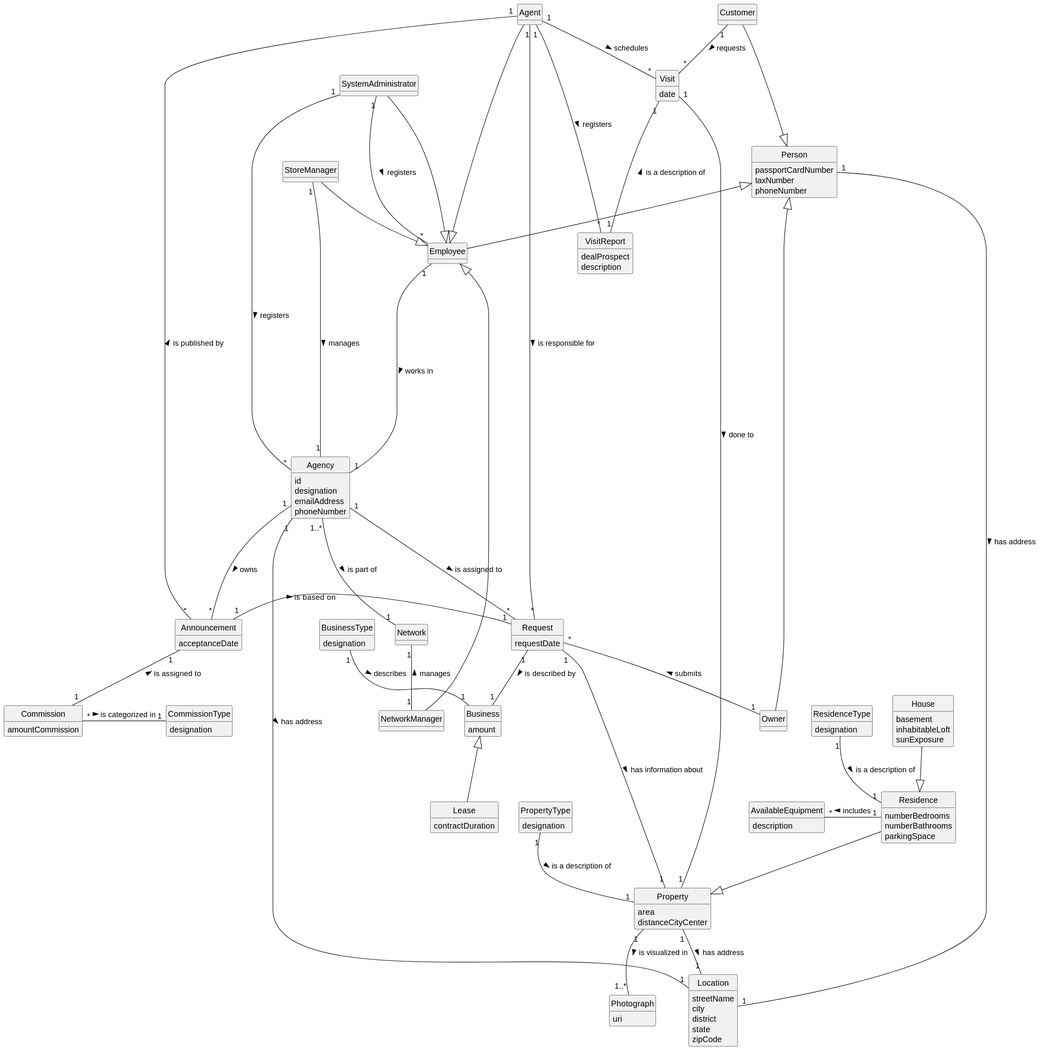
Earlier version of the PlantUML export docs/sprintB/global-artifacts/02.analysis/svg/project-domain-model.svg (rita-barbosa/LAPR2-2223).
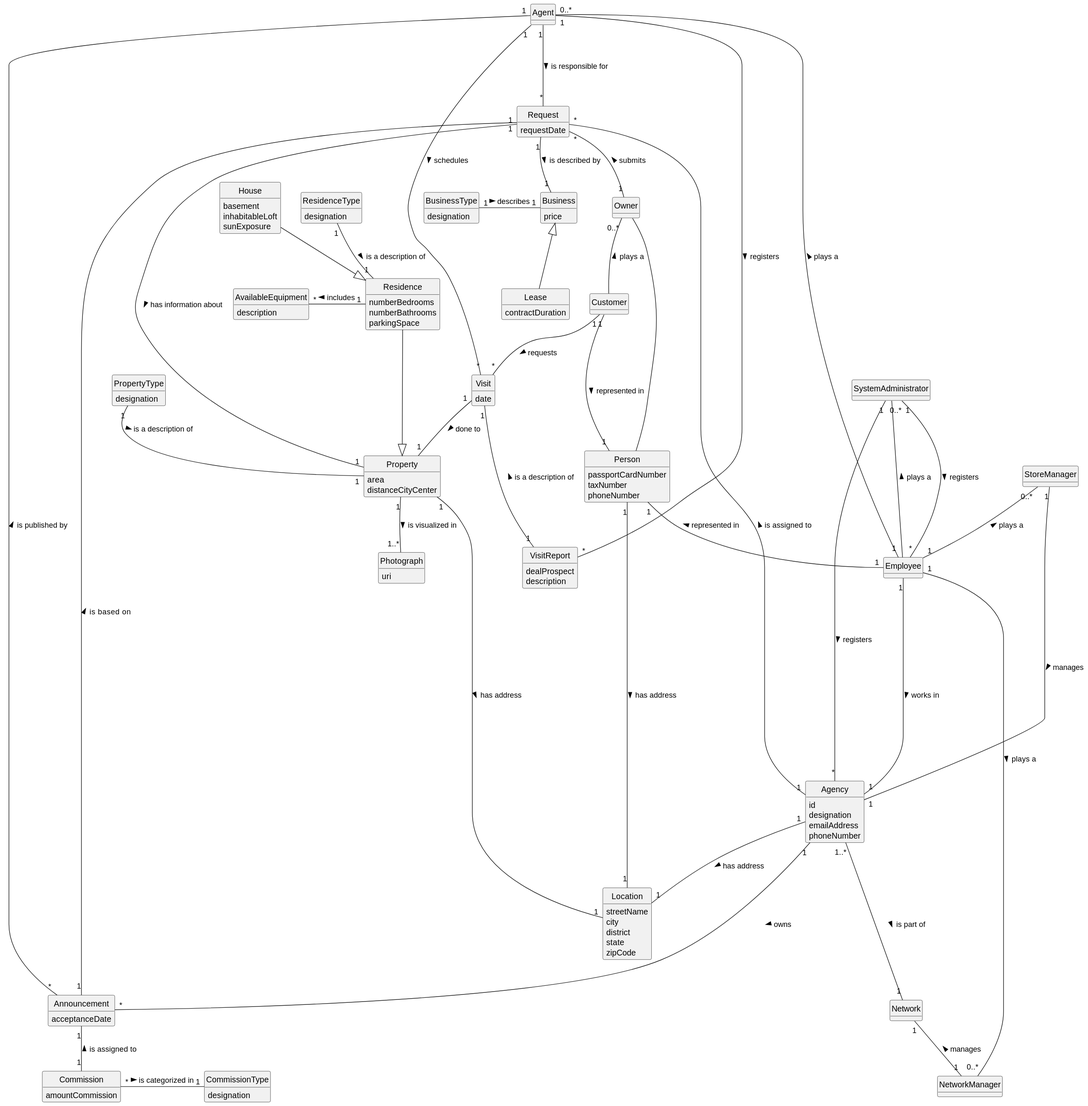
After the commit.

Diff of the diagram source:
```diff
@@ -88,7 +88,7 @@
 zipCode
 }
 class Business{
-amount
+price
 }
 class BusinessType{
 designation
@@ -107,15 +107,16 @@
 }
 
 
-SystemAdministrator --|> Employee
+SystemAdministrator "0..*" -- Employee: plays a <
 SystemAdministrator "1" --- "*" Employee: registers >
 SystemAdministrator "1" -- "*" Agency: registers >
-Person  <|--  Employee
-Person <|-- Owner
-Customer  ---|> Person
-Agent  ----|> Employee
-StoreManager --|> Employee
-NetworkManager ---|> Employee
+Person "1" -- "1" Employee: represented in <
+Person -- Owner
+Customer "1"  --- "1" Person: represented in >
+Owner "0..*" -- Customer: plays a <
+Agent "0..*" ---- "1" Employee: plays a <
+StoreManager "0..*" -- "1" Employee: plays a <
+NetworkManager "0..*" --- "1" Employee: plays a <
 Agent "1" -- "*" Announcement: is published by <
 Agent "1" - "*" Visit: schedules >
 Customer "1" -- "*" Visit:  requests >
@@ -124,7 +125,7 @@
 Agency "1..*" --- "1" Network: is part of >
 Request "*" -- "1" Owner: submits <
 Visit "1" -- "1" Property: done to >
-Residence  --|>  Property
+Residence  ---|>  Property
 House --|> Residence
 Visit "1" --- "1"  VisitReport: is a description of <
 Agent "1" -- "*" VisitReport: registers >
@@ -141,7 +142,7 @@
 Property "1" -up--- "1" Request : < has information about
 Request "1" -- "1" Business: is described by >
 Business <|-- Lease
-BusinessType "1" -- "1" Business : describes >
+BusinessType "1" - "1" Business : describes >
 Announcement "1" - "1" Request : is  based on >
 Commission "*" - "1" CommissionType : is categorized in >
 Agency "1" --- "*" Request : is assigned to >
```
